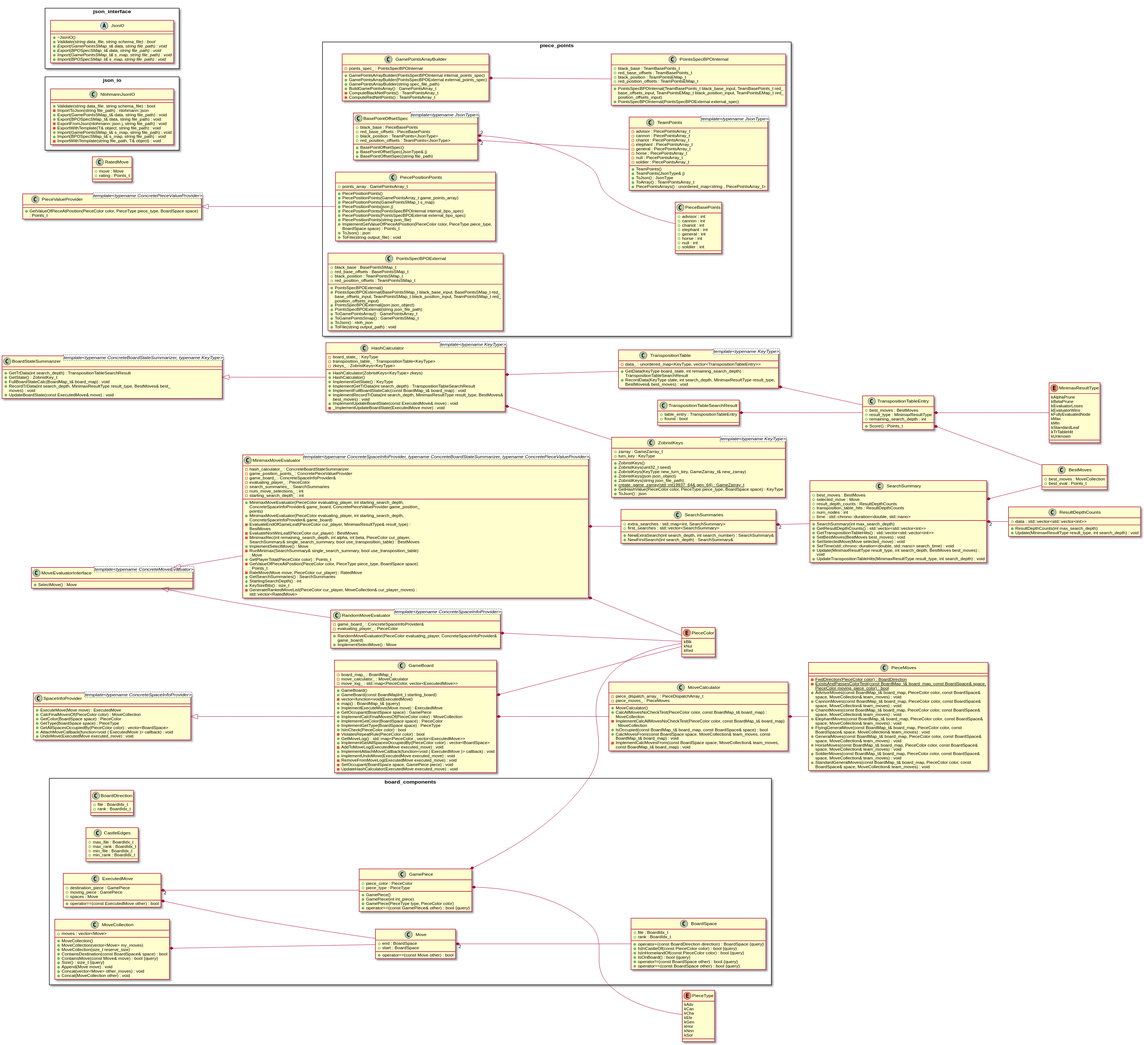
Above: docs/plantuml/output.svg in duanegoodner/xiangqigame (PlantUML), before the change.
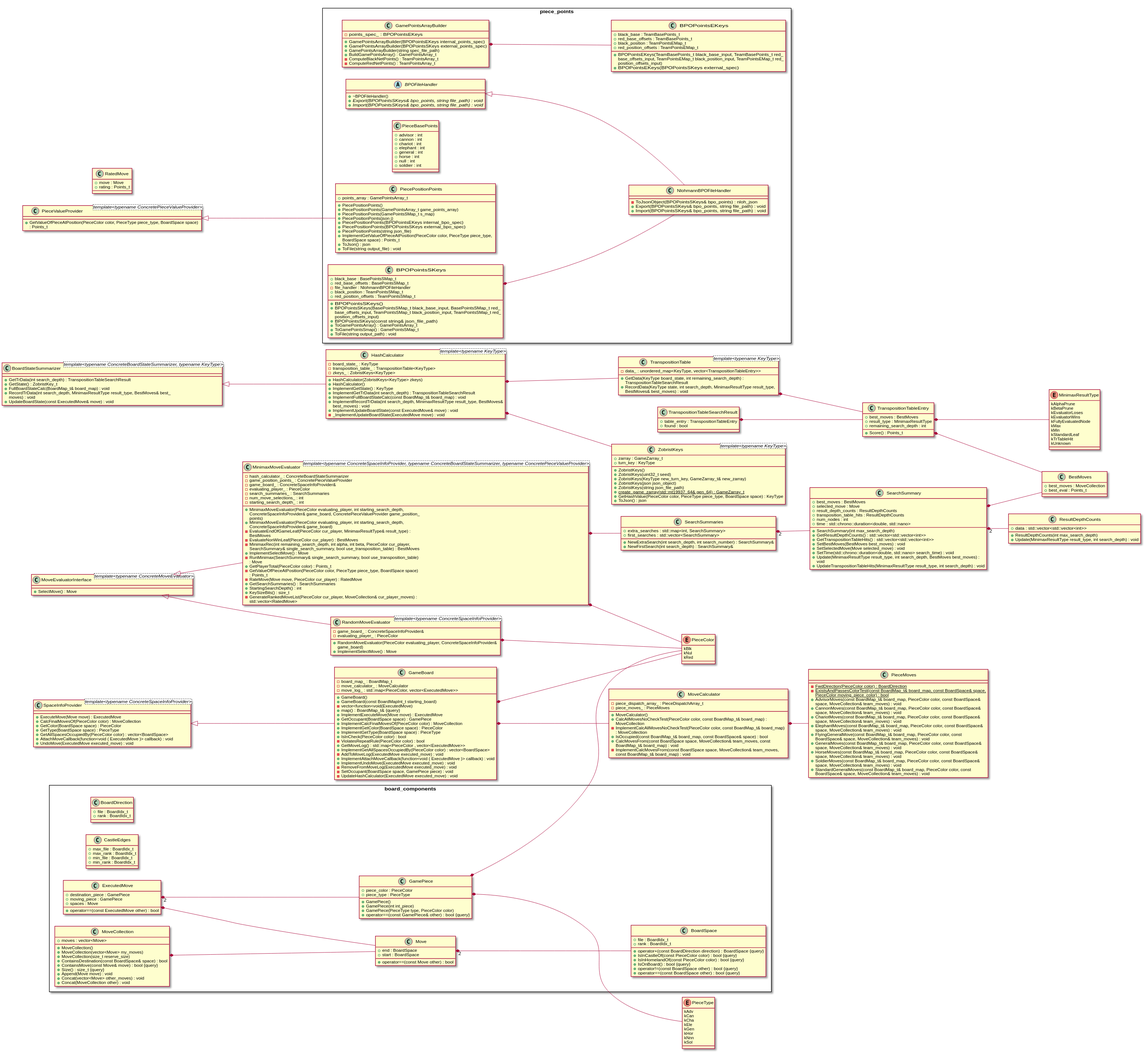
Later version of the same file.

The edit, as a diff of the source:
```diff
@@ -4,7 +4,6 @@
 skinparam wrapWidth 500
 left to right direction
 scale 0.75
-
 
 
 
@@ -255,24 +254,26 @@
 
 
 namespace piece_points {
+	abstract class BPOFileHandler {
+		+~BPOFileHandler()
+		+{abstract} Export(BPOPointsSKeys& bpo_points, string file_path) : void
+		+{abstract} Import(BPOPointsSKeys& bpo_points, string file_path) : void
+	}
+
 	class GamePointsArrayBuilder {
-		+GamePointsArrayBuilder(PointsSpecBPOInternal internal_points_spec)
-		+GamePointsArrayBuilder(PointsSpecBPOExternal external_points_spec)
+		+GamePointsArrayBuilder(BPOPointsEKeys internal_points_spec)
+		+GamePointsArrayBuilder(BPOPointsSKeys external_points_spec)
 		+GamePointsArrayBuilder(string spec_file_path)
 		+BuildGamePointsArray() : GamePointsArray_t
-		-points_spec_ : PointsSpecBPOInternal
+		-points_spec_ : BPOPointsEKeys
 		-ComputeBlackNetPoints() : TeamPointsArray_t
 		-ComputeRedNetPoints() : TeamPointsArray_t
 	}
 
-	class BasePointOffsetSpec <template<typename JsonType>> {
-		+BasePointOffsetSpec()
-		+BasePointOffsetSpec(JsonType& j)
-		+BasePointOffsetSpec(string file_path)
-		+black_base : PieceBasePoints
-		+red_base_offsets : PieceBasePoints
-		+black_position : TeamPoints<JsonType>
-		+red_position_offsets : TeamPoints<JsonType>
+	class NlohmannBPOFileHandler {
+		-ToJsonObject(BPOPointsSKeys& bpo_points) : nloh_json
+		+Export(BPOPointsSKeys& bpo_points, string file_path) : void
+		+Import(BPOPointsSKeys& bpo_points, string file_path) : void
 	}
 
 	class PieceBasePoints {
@@ -291,8 +292,8 @@
 		+PiecePositionPoints(GamePointsArray_t game_points_array)
 		+PiecePositionPoints(GamePointsSMap_t s_map)
 		+PiecePositionPoints(json j)
-		+PiecePositionPoints(PointsSpecBPOInternal internal_bpo_spec)
-		+PiecePositionPoints(PointsSpecBPOExternal external_bpo_spec)
+		+PiecePositionPoints(BPOPointsEKeys internal_bpo_spec)
+		+PiecePositionPoints(BPOPointsSKeys external_bpo_spec)
 		+PiecePositionPoints(string json_file)
 		+points_array : GamePointsArray_t
 		+ImplementGetValueOfPieceAtPosition(PieceColor color, PieceType piece_type, BoardSpace space) : Points_t
@@ -300,71 +301,27 @@
 		+ToFile(string output_file) : void
 	}
 
-	class PointsSpecBPOExternal {
-		+PointsSpecBPOExternal()
-		+PointsSpecBPOExternal(BasePointsSMap_t black_base_input, BasePointsSMap_t red_base_offsets_input, TeamPointsSMap_t black_position_input, TeamPointsSMap_t red_position_offsets_input)
-		+PointsSpecBPOExternal(json json_object)
-		+PointsSpecBPOExternal(string json_file_path)
+	class BPOPointsSKeys {
+		+BPOPointsSKeys()
+		+BPOPointsSKeys(BasePointsSMap_t black_base_input, BasePointsSMap_t red_base_offsets_input, TeamPointsSMap_t black_position_input, TeamPointsSMap_t red_position_offsets_input)
+		+BPOPointsSKeys(const string& json_file_path)
 		+black_base : BasePointsSMap_t
 		+red_base_offsets : BasePointsSMap_t
 		+ToGamePointsArray() : GamePointsArray_t
 		+ToGamePointsSmap() : GamePointsSMap_t
+		-file_handler : NlohmannBPOFileHandler
 		+black_position : TeamPointsSMap_t
 		+red_position_offsets : TeamPointsSMap_t
-		+ToJson() : nloh_json
 		+ToFile(string output_path) : void
 	}
 
-	class PointsSpecBPOInternal {
-		+PointsSpecBPOInternal(TeamBasePoints_t black_base_input, TeamBasePoints_t red_base_offsets_input, TeamPointsEMap_t black_position_input, TeamPointsEMap_t red_position_offsets_input)
-		+PointsSpecBPOInternal(PointsSpecBPOExternal external_spec)
+	class BPOPointsEKeys {
+		+BPOPointsEKeys(TeamBasePoints_t black_base_input, TeamBasePoints_t red_base_offsets_input, TeamPointsEMap_t black_position_input, TeamPointsEMap_t red_position_offsets_input)
+		+BPOPointsEKeys(BPOPointsSKeys external_spec)
 		+black_base : TeamBasePoints_t
 		+red_base_offsets : TeamBasePoints_t
 		+black_position : TeamPointsEMap_t
 		+red_position_offsets : TeamPointsEMap_t
-	}
-
-	class TeamPoints <template<typename JsonType>> {
-		+TeamPoints()
-		+TeamPoints(JsonType& j)
-		+ToJson() : JsonType
-		-advisor : PiecePointsArray_t
-		-cannon : PiecePointsArray_t
-		-chariot : PiecePointsArray_t
-		-elephant : PiecePointsArray_t
-		-general : PiecePointsArray_t
-		-horse : PiecePointsArray_t
-		-null : PiecePointsArray_t
-		-soldier : PiecePointsArray_t
-		+ToArray() : TeamPointsArray_t
-		+PiecePointsArrays() : unordered_map<string , PiecePointsArray_t>
-	}
-}
-
-
-namespace json_io {
-	class NlohmannJsonIO {
-		+Validate(string data_file, string schema_file) : bool
-		-ImportToJson(string file_path) : nlohmann::json
-		+Export(GamePointsSMap_t& data, string file_path) : void
-		+Export(BPOSpecSMap_t& data, string file_path) : void
-		-ExportFromJson(nlohmann::json j, string file_path) : void
-		-ExportWithTemplate(T& object, string file_path) : void
-		+Import(GamePointsSMap_t& s_map, string file_path) : void
-		+Import(BPOSpecSMap_t& s_map, string file_path) : void
-		-ImportWithTemplate(string file_path, T& object) : void
-	}
-}
-
-
-namespace json_interface {
-	abstract class JsonIO {
-		+~JsonIO()
-		+{abstract} Validate(string data_file, string schema_file) : bool
-		+{abstract} Export(GamePointsSMap_t& data, string file_path) : void
-		+{abstract} Export(BPOSpecSMap_t& data, string file_path) : void
-		+{abstract} Import(GamePointsSMap_t& s_map, string file_path) : void
-		+{abstract} Import(BPOSpecSMap_t& s_map, string file_path) : void
 	}
 }
 
@@ -434,6 +391,9 @@
 
 
 
+piece_points.BPOFileHandler <|-- piece_points.NlohmannBPOFileHandler
+
+
 BoardStateSummarizer <|-- HashCalculator
 
 
@@ -451,12 +411,6 @@
 
 
 
-
-
-piece_points.BasePointOffsetSpec "2" *-- piece_points.PieceBasePoints
-
-
-piece_points.BasePointOffsetSpec "2" *-- piece_points.TeamPoints
 
 
 board_components.ExecutedMove "2" *-- board_components.GamePiece
@@ -477,7 +431,7 @@
 board_components.GamePiece *-- PieceType
 
 
-piece_points.GamePointsArrayBuilder *-- piece_points.PointsSpecBPOInternal
+piece_points.GamePointsArrayBuilder *-- piece_points.BPOPointsEKeys
 
 
 HashCalculator *-- TranspositionTable
@@ -499,6 +453,9 @@
 
 
 board_components.MoveCollection *-- board_components.Move
+
+
+piece_points.BPOPointsSKeys *-- piece_points.NlohmannBPOFileHandler
 
 
 RandomMoveEvaluator *-- PieceColor
```
